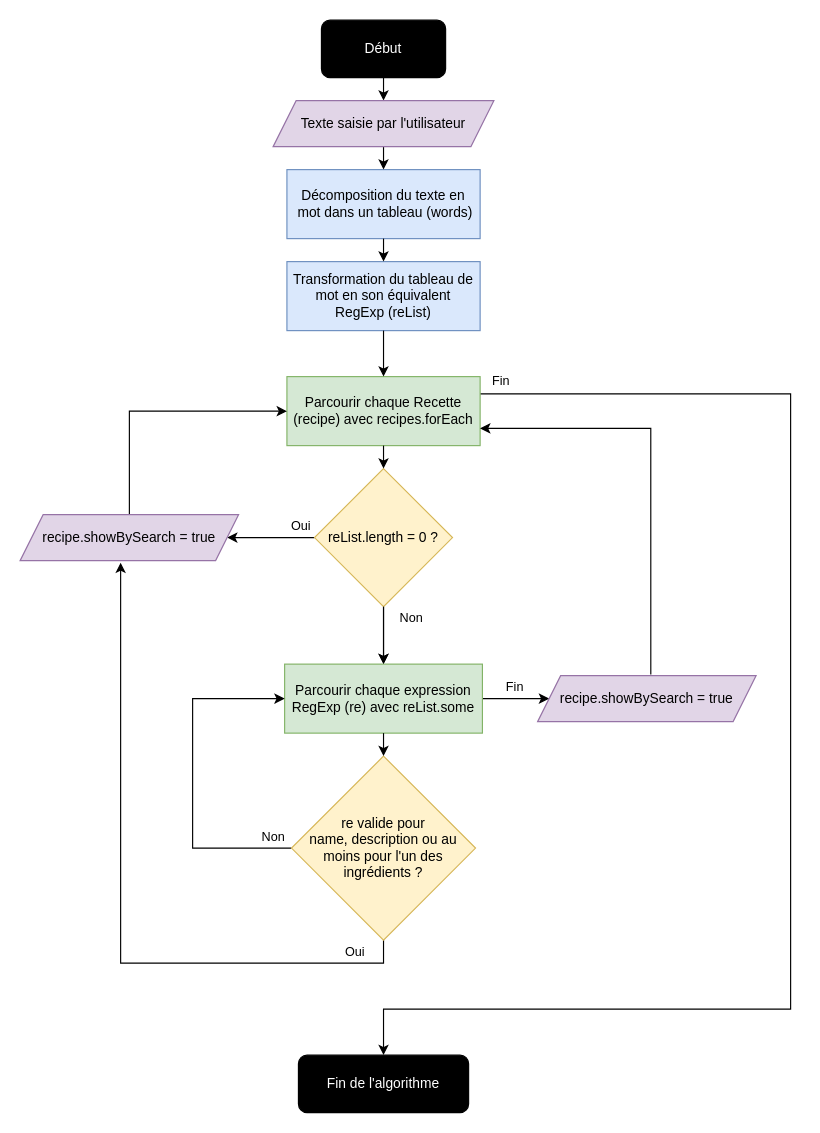
This is ressources/algorithme_fonctionnel.drawio from code9g/les-petit-plats, a draw.io file, before an edit. Source tidied: cells renumbered, new cells numbered last; positions are measured from the earlier drawing's top-left corner, leaving out a move shared by most shapes. Both pictures are drawn from the tidied source at 115%, with x=0, y=0 at pixel (20, 20).
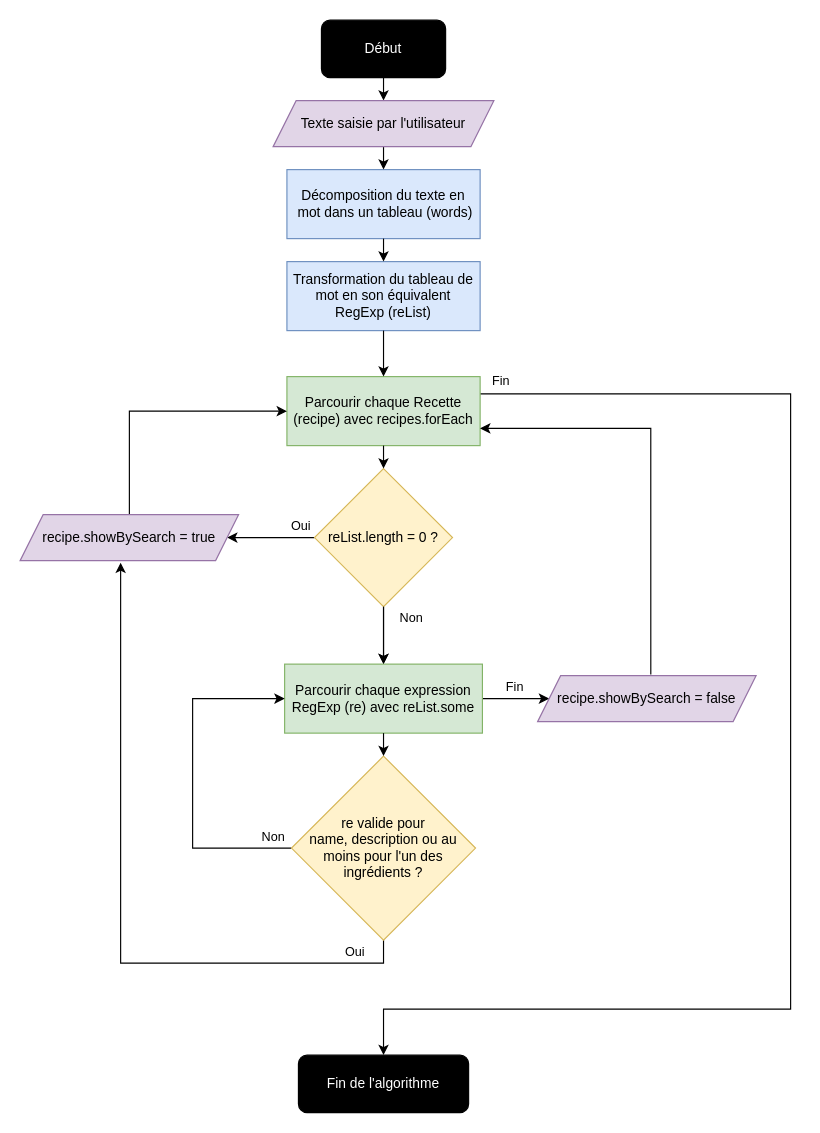
After the change.

Commit message (it also covers changes not shown here):
Correction diagramme et FI

Diff of the diagram source:
```diff
@@
-    <mxCell id="24" value="recipe.showBySearch = true" style="shape=parallelogram;perimeter=parallelogramPerimeter;whiteSpace=wrap;html=1;fixedSize=1;fillColor=#e1d5e7;strokeColor=#9673a6;labelBackgroundColor=none;fontColor=#000000;" parent="1" vertex="1">
+    <mxCell id="24" value="recipe.showBySearch = false" style="shape=parallelogram;perimeter=parallelogramPerimeter;whiteSpace=wrap;html=1;fixedSize=1;fillColor=#e1d5e7;strokeColor=#9673a6;labelBackgroundColor=none;fontColor=#000000;" parent="1" vertex="1">
       <mxGeometry x="450" y="570" width="190" height="40" as="geometry" />
     </mxCell>
```
